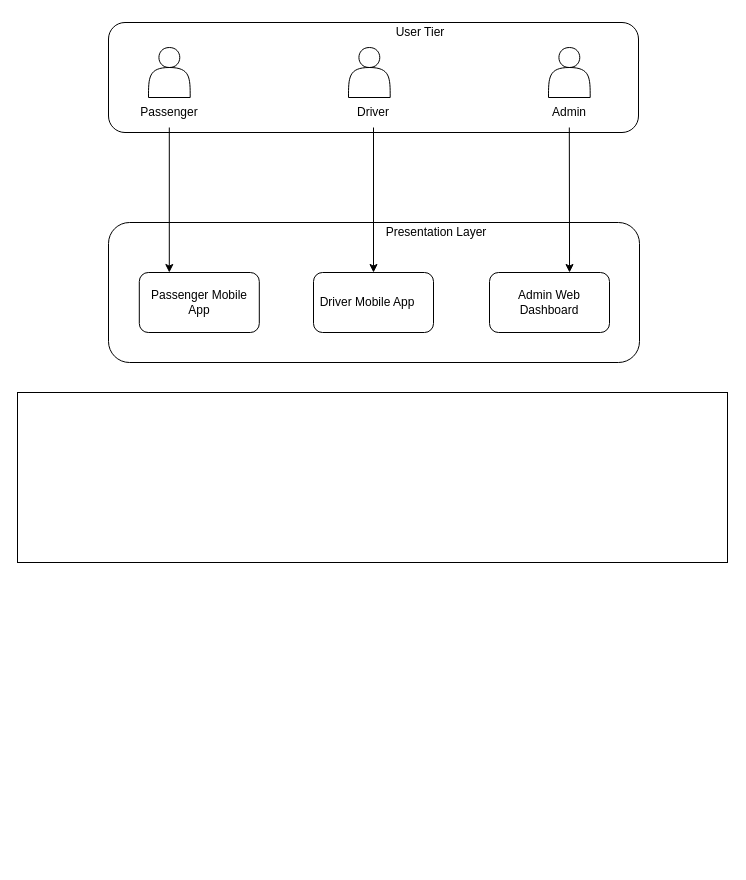
Earlier version of the draw.io diagram SEPP_CW2_ System_Architectural_Diagram.drawio (Anuja-jayasinghe/DrawIo_Projects). Source tidied: cells renumbered, new cells numbered last; positions are measured from the earlier drawing's top-left corner, leaving out a move shared by most shapes. Both pictures are drawn from the tidied source at 100%, with x=0, y=0 at pixel (17, 17).
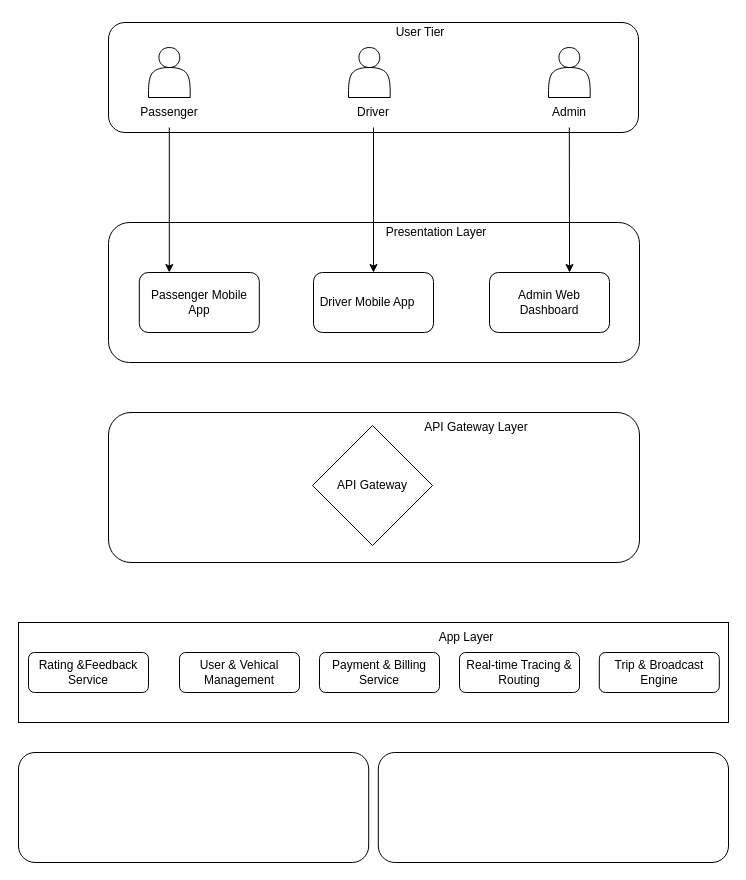
Above is the later version.

Change to the diagram source:
```diff
@@
     <mxCell id="18" style="rounded=0;whiteSpace=wrap;html=1;" parent="1" vertex="1">
-      <mxGeometry y="375" width="710" height="170" as="geometry" />
+      <mxGeometry x="1" y="605" width="710" height="100" as="geometry" />
     </mxCell>
+    <mxCell id="19" style="rounded=1;whiteSpace=wrap;html=1;" parent="1" vertex="1">
+      <mxGeometry x="91" y="395" width="531" height="150" as="geometry" />
+    </mxCell>
+    <mxCell id="20" value="API Gateway" style="rhombus;whiteSpace=wrap;html=1;" parent="1" vertex="1">
+      <mxGeometry x="295" y="408" width="120" height="120" as="geometry" />
+    </mxCell>
+    <mxCell id="21" value="API Gateway Layer" style="text;html=1;whiteSpace=wrap;strokeColor=none;fillColor=none;align=center;verticalAlign=middle;rounded=0;" parent="1" vertex="1">
+      <mxGeometry x="395.8" y="395" width="126" height="30" as="geometry" />
+    </mxCell>
+    <mxCell id="22" value="App Layer" style="text;html=1;whiteSpace=wrap;strokeColor=none;fillColor=none;align=center;verticalAlign=middle;rounded=0;" parent="1" vertex="1">
+      <mxGeometry x="386" y="605" width="126" height="30" as="geometry" />
+    </mxCell>
+    <mxCell id="23" value="Rating &amp;amp;Feedback Service" style="rounded=1;whiteSpace=wrap;html=1;" parent="1" vertex="1">
+      <mxGeometry x="11" y="635" width="120" height="40" as="geometry" />
+    </mxCell>
+    <mxCell id="24" value="Real-time Tracing &amp;amp; Routing" style="rounded=1;whiteSpace=wrap;html=1;" parent="1" vertex="1">
+      <mxGeometry x="442" y="635" width="120" height="40" as="geometry" />
+    </mxCell>
+    <mxCell id="25" value="Payment &amp;amp; Billing Service" style="rounded=1;whiteSpace=wrap;html=1;" parent="1" vertex="1">
+      <mxGeometry x="302" y="635" width="120" height="40" as="geometry" />
+    </mxCell>
+    <mxCell id="26" value="User &amp;amp; Vehical Management" style="rounded=1;whiteSpace=wrap;html=1;" parent="1" vertex="1">
+      <mxGeometry x="162" y="635" width="120" height="40" as="geometry" />
+    </mxCell>
+    <mxCell id="27" value="Trip &amp;amp; Broadcast Engine" style="rounded=1;whiteSpace=wrap;html=1;" parent="1" vertex="1">
+      <mxGeometry x="581.8" y="635" width="120" height="40" as="geometry" />
+    </mxCell>
+    <mxCell id="28" style="rounded=1;whiteSpace=wrap;html=1;" parent="1" vertex="1">
+      <mxGeometry x="360.8" y="735" width="350.2" height="110" as="geometry" />
+    </mxCell>
+    <mxCell id="29" style="rounded=1;whiteSpace=wrap;html=1;" parent="1" vertex="1">
+      <mxGeometry x="1" y="735" width="350.2" height="110" as="geometry" />
+    </mxCell>
```
